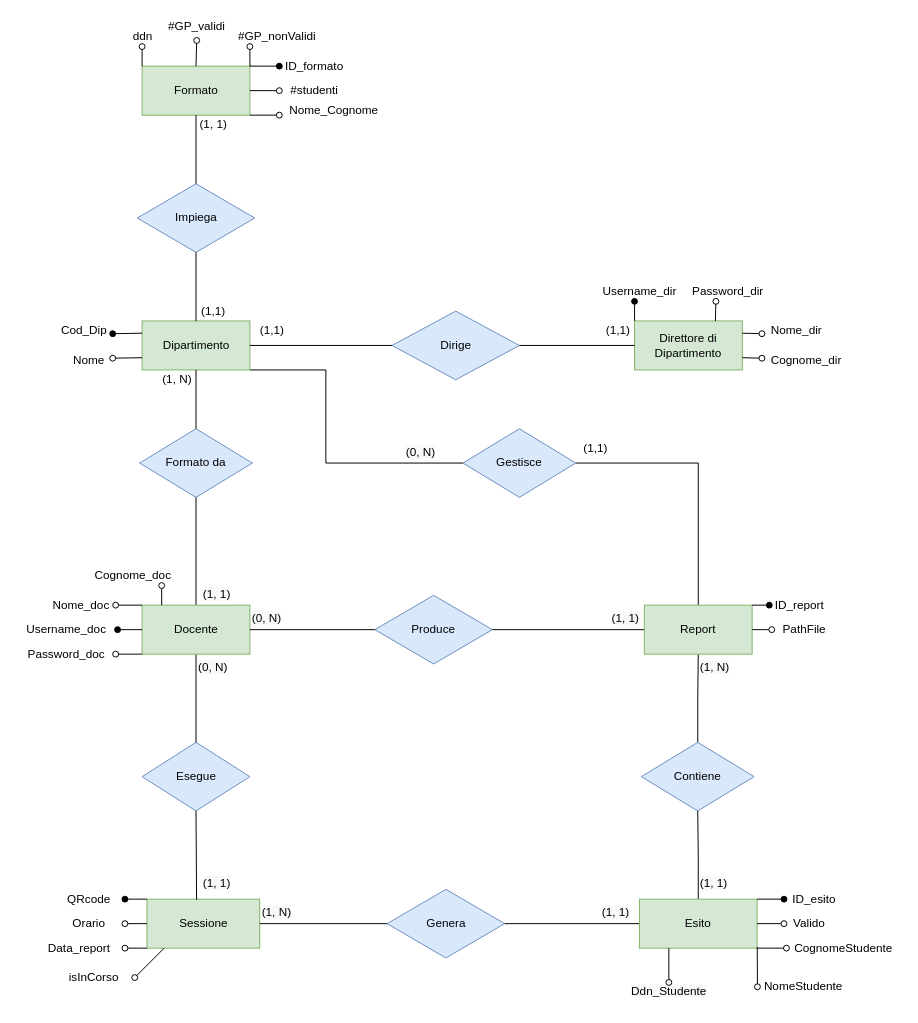
The draw.io diagram Database/Modello concettuale/database.drawio in Alberto-00/EasyPass, before the edit. Source tidied: cells renumbered, new cells numbered last; positions are measured from the earlier drawing's top-left corner, leaving out a move shared by most shapes. Both pictures are drawn from the tidied source at 98%, with x=0, y=0 at pixel (17, 17).
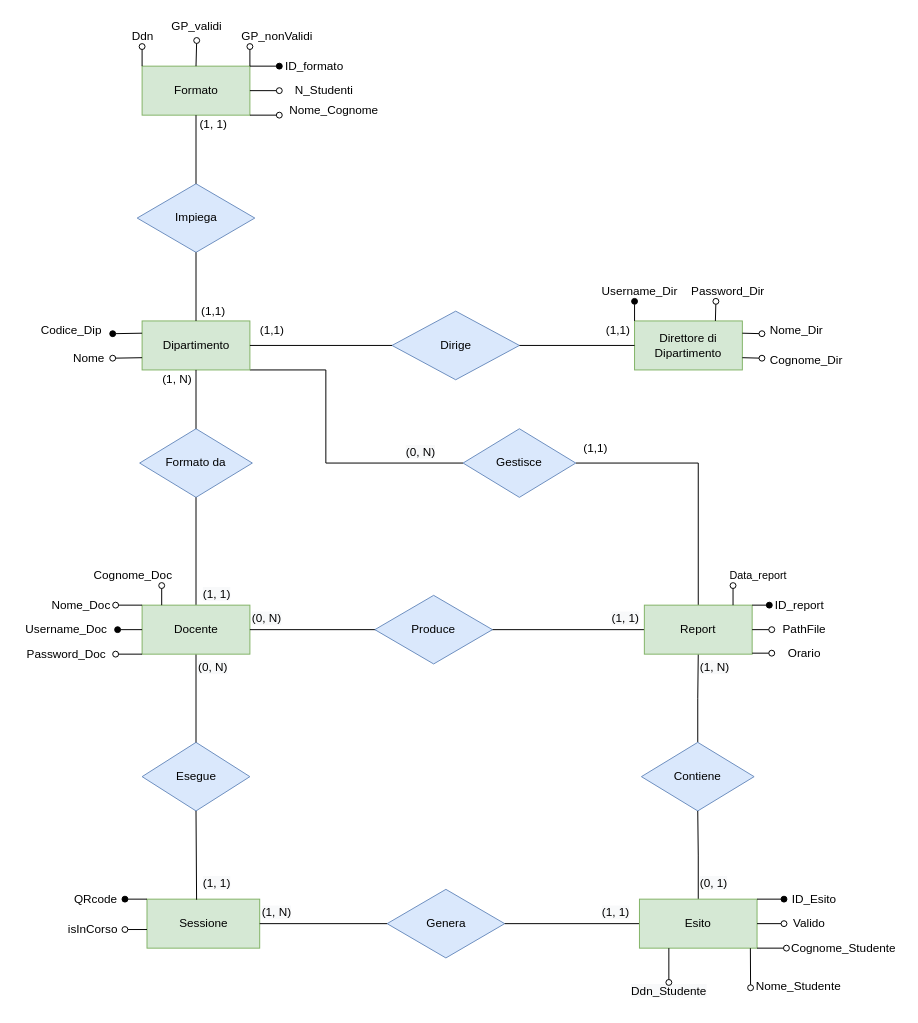
The same diagram, later.

The change refers to these unchanged cells:
```xml
<mxCell id="10" value="Sessione" style="rounded=0;whiteSpace=wrap;html=1;fillColor=#d5e8d4;strokeColor=#82b366;" parent="1" vertex="1">
  <mxGeometry x="132.5" y="900" width="115" height="50" as="geometry" />
</mxCell>
```

Diff of the diagram source:
```diff
@@
-    <mxCell id="36" value="&lt;span style=&quot;color: rgb(0 , 0 , 0) ; font-family: &amp;#34;helvetica&amp;#34; ; font-size: 12px ; font-style: normal ; font-weight: 400 ; letter-spacing: normal ; text-align: center ; text-indent: 0px ; text-transform: none ; word-spacing: 0px ; background-color: rgb(248 , 249 , 250) ; display: inline ; float: none&quot;&gt;(1, 1)&lt;/span&gt;" style="text;whiteSpace=wrap;html=1;" parent="1" vertex="1">
+    <mxCell id="36" value="&lt;span style=&quot;color: rgb(0 , 0 , 0) ; font-family: &amp;#34;helvetica&amp;#34; ; font-size: 12px ; font-style: normal ; font-weight: 400 ; letter-spacing: normal ; text-align: center ; text-indent: 0px ; text-transform: none ; word-spacing: 0px ; background-color: rgb(248 , 249 , 250) ; display: inline ; float: none&quot;&gt;(0, 1)&lt;/span&gt;" style="text;whiteSpace=wrap;html=1;" parent="1" vertex="1">
       <mxGeometry x="695" y="870" width="35" height="30" as="geometry" />
     </mxCell>
@@
-    <mxCell id="40" value="#studenti" style="text;html=1;align=center;verticalAlign=middle;strokeColor=none;fillColor=none;" parent="1" vertex="1">
-      <mxGeometry x="272.5" y="65" width="60" height="20" as="geometry" />
+    <mxCell id="40" value="N_Studenti" style="text;html=1;align=center;verticalAlign=middle;strokeColor=none;fillColor=none;" parent="1" vertex="1">
+      <mxGeometry x="277.5" y="65" width="70" height="20" as="geometry" />
     </mxCell>
@@
-    <mxCell id="44" value="ddn" style="text;html=1;align=center;verticalAlign=middle;strokeColor=none;fillColor=none;" parent="1" vertex="1">
+    <mxCell id="44" value="Ddn" style="text;html=1;align=center;verticalAlign=middle;strokeColor=none;fillColor=none;" parent="1" vertex="1">
       <mxGeometry x="107.5" y="10" width="40" height="20" as="geometry" />
     </mxCell>
@@
-    <mxCell id="47" value="#GP_validi" style="text;html=1;align=center;verticalAlign=middle;points=[];strokeColor=none;fillColor=none;" parent="1" vertex="1">
+    <mxCell id="47" value="GP_validi" style="text;html=1;align=center;verticalAlign=middle;points=[];strokeColor=none;fillColor=none;" parent="1" vertex="1">
       <mxGeometry x="147.5" width="70" height="20" as="geometry" />
     </mxCell>
-    <mxCell id="48" value="#GP_nonValidi" style="text;html=1;align=center;verticalAlign=middle;strokeColor=none;fillColor=none;" parent="1" vertex="1">
+    <mxCell id="48" value="GP_nonValidi" style="text;html=1;align=center;verticalAlign=middle;strokeColor=none;fillColor=none;" parent="1" vertex="1">
       <mxGeometry x="220" y="10" width="90" height="20" as="geometry" />
     </mxCell>
@@
-    <mxCell id="50" value="&lt;font color=&quot;#000000&quot;&gt;Cod_Dip&lt;/font&gt;" style="text;html=1;align=center;verticalAlign=middle;strokeColor=none;fillColor=none;fontColor=#FF3333;" parent="1" vertex="1">
-      <mxGeometry x="37.5" y="310" width="60" height="20" as="geometry" />
+    <mxCell id="50" value="&lt;font color=&quot;#000000&quot;&gt;Codice_Dip&lt;/font&gt;" style="text;html=1;align=center;verticalAlign=middle;strokeColor=none;fillColor=none;fontColor=#FF3333;" parent="1" vertex="1">
+      <mxGeometry x="15" y="310" width="80" height="20" as="geometry" />
     </mxCell>
@@
     <mxCell id="52" value="Nome" style="text;html=1;align=center;verticalAlign=middle;strokeColor=none;fillColor=none;fontColor=#000000;" parent="1" vertex="1">
-      <mxGeometry x="47.5" y="340" width="50" height="20" as="geometry" />
+      <mxGeometry x="47.5" y="338" width="50" height="20" as="geometry" />
     </mxCell>
@@
-    <mxCell id="54" value="Username_dir" style="text;html=1;align=center;verticalAlign=middle;strokeColor=none;fillColor=none;fontColor=#000000;" parent="1" vertex="1">
+    <mxCell id="54" value="Username_Dir" style="text;html=1;align=center;verticalAlign=middle;strokeColor=none;fillColor=none;fontColor=#000000;" parent="1" vertex="1">
       <mxGeometry x="590" y="270" width="90" height="20" as="geometry" />
     </mxCell>
@@
-    <mxCell id="56" value="Password_dir" style="text;html=1;align=center;verticalAlign=middle;strokeColor=none;fillColor=none;fontColor=#000000;" parent="1" vertex="1">
+    <mxCell id="56" value="Password_Dir" style="text;html=1;align=center;verticalAlign=middle;strokeColor=none;fillColor=none;fontColor=#000000;" parent="1" vertex="1">
       <mxGeometry x="680" y="270" width="90" height="20" as="geometry" />
     </mxCell>
@@
-    <mxCell id="58" value="Nome_dir" style="text;html=1;align=center;verticalAlign=middle;strokeColor=none;fillColor=none;fontColor=#000000;" parent="1" vertex="1">
+    <mxCell id="58" value="Nome_Dir" style="text;html=1;align=center;verticalAlign=middle;strokeColor=none;fillColor=none;fontColor=#000000;" parent="1" vertex="1">
       <mxGeometry x="760" y="310" width="70" height="20" as="geometry" />
     </mxCell>
@@
-    <mxCell id="60" value="Cognome_dir" style="text;html=1;align=center;verticalAlign=middle;strokeColor=none;fillColor=none;fontColor=#000000;" parent="1" vertex="1">
+    <mxCell id="60" value="Cognome_Dir" style="text;html=1;align=center;verticalAlign=middle;strokeColor=none;fillColor=none;fontColor=#000000;" parent="1" vertex="1">
       <mxGeometry x="760" y="340" width="90" height="20" as="geometry" />
     </mxCell>
@@
-    <mxCell id="63" value="Username_doc" style="text;html=1;align=center;verticalAlign=middle;strokeColor=none;fillColor=none;fontColor=#000000;" parent="1" vertex="1">
+    <mxCell id="63" value="Username_Doc" style="text;html=1;align=center;verticalAlign=middle;strokeColor=none;fillColor=none;fontColor=#000000;" parent="1" vertex="1">
       <mxGeometry y="615" width="100" height="20" as="geometry" />
     </mxCell>
@@
-    <mxCell id="65" value="Cognome_doc" style="text;html=1;align=center;verticalAlign=middle;strokeColor=none;fillColor=none;fontColor=#000000;" parent="1" vertex="1">
-      <mxGeometry x="72.5" y="560" width="90" height="20" as="geometry" />
+    <mxCell id="65" value="Cognome_Doc" style="text;html=1;align=center;verticalAlign=middle;strokeColor=none;fillColor=none;fontColor=#000000;" parent="1" vertex="1">
+      <mxGeometry x="67.5" y="560" width="100" height="20" as="geometry" />
     </mxCell>
@@
-    <mxCell id="67" value="Password_doc" style="text;html=1;align=center;verticalAlign=middle;strokeColor=none;fillColor=none;fontColor=#000000;" parent="1" vertex="1">
-      <mxGeometry x="5" y="640" width="90" height="20" as="geometry" />
+    <mxCell id="67" value="Password_Doc" style="text;html=1;align=center;verticalAlign=middle;strokeColor=none;fillColor=none;fontColor=#000000;" parent="1" vertex="1">
+      <mxGeometry y="640" width="100" height="20" as="geometry" />
     </mxCell>
@@
-    <mxCell id="69" value="Nome_doc" style="text;html=1;align=center;verticalAlign=middle;strokeColor=none;fillColor=none;fontColor=#000000;" parent="1" vertex="1">
-      <mxGeometry x="30" y="590" width="70" height="20" as="geometry" />
+    <mxCell id="69" value="Nome_Doc" style="text;html=1;align=center;verticalAlign=middle;strokeColor=none;fillColor=none;fontColor=#000000;" parent="1" vertex="1">
+      <mxGeometry x="25" y="590" width="80" height="20" as="geometry" />
     </mxCell>
@@
     <mxCell id="71" value="QRcode" style="text;html=1;align=center;verticalAlign=middle;strokeColor=none;fillColor=none;fontColor=#000000;" parent="1" vertex="1">
-      <mxGeometry x="42.5" y="890" width="60" height="20" as="geometry" />
+      <mxGeometry x="49.5" y="890" width="60" height="20" as="geometry" />
     </mxCell>
-    <mxCell id="72" style="endArrow=none;html=1;rounded=0;entryX=0;entryY=0.5;entryDx=0;entryDy=0;startArrow=oval;startFill=0;" parent="1" edge="1" target="10">
-      <mxGeometry relative="1" as="geometry">
-        <mxPoint x="110" y="925" as="sourcePoint" />
-      </mxGeometry>
-    </mxCell>
-    <mxCell id="73" value="Orario" style="text;html=1;align=center;verticalAlign=middle;strokeColor=none;fillColor=none;fontColor=#000000;" parent="1" vertex="1">
-      <mxGeometry x="47.5" y="915" width="50" height="20" as="geometry" />
-    </mxCell>
-    <mxCell id="74" style="endArrow=none;html=1;rounded=0;entryX=0;entryY=1;entryDx=0;entryDy=0;startArrow=oval;startFill=0;" parent="1" edge="1" target="10">
+    <mxCell id="74" style="endArrow=none;html=1;rounded=0;entryX=0;entryY=1;entryDx=0;entryDy=0;startArrow=oval;startFill=0;" parent="1" edge="1">
       <mxGeometry relative="1" as="geometry">
-        <mxPoint x="110" y="950" as="sourcePoint" />
+        <mxPoint x="110" y="931" as="sourcePoint" />
+        <mxPoint x="132.5" y="931" as="targetPoint" />
       </mxGeometry>
     </mxCell>
-    <mxCell id="75" value="Data_report" style="text;html=1;align=center;verticalAlign=middle;strokeColor=none;fillColor=none;fontColor=#000000;" parent="1" vertex="1">
-      <mxGeometry x="22.5" y="940" width="80" height="20" as="geometry" />
+    <mxCell id="75" value="isInCorso" style="text;html=1;align=center;verticalAlign=middle;strokeColor=none;fillColor=none;fontColor=#000000;" parent="1" vertex="1">
+      <mxGeometry x="41.5" y="921" width="70" height="20" as="geometry" />
     </mxCell>
@@
-    <mxCell id="77" value="ID_esito" style="text;html=1;align=center;verticalAlign=middle;strokeColor=none;fillColor=none;fontColor=#000000;" parent="1" vertex="1">
+    <mxCell id="77" value="ID_Esito" style="text;html=1;align=center;verticalAlign=middle;strokeColor=none;fillColor=none;fontColor=#000000;" parent="1" vertex="1">
       <mxGeometry x="782.5" y="890" width="60" height="20" as="geometry" />
     </mxCell>
@@
-    <mxCell id="83" value="NomeStudente" style="text;html=1;align=center;verticalAlign=middle;strokeColor=none;fillColor=none;fontColor=#000000;" parent="1" vertex="1">
-      <mxGeometry x="751.5" y="979" width="100" height="20" as="geometry" />
+    <mxCell id="83" value="Nome_Studente" style="text;html=1;align=center;verticalAlign=middle;strokeColor=none;fillColor=none;fontColor=#000000;" parent="1" vertex="1">
+      <mxGeometry x="746.5" y="979" width="100" height="20" as="geometry" />
     </mxCell>
-    <mxCell id="84" value="CognomeStudente" style="text;html=1;align=center;verticalAlign=middle;strokeColor=none;fillColor=none;fontColor=#000000;" parent="1" vertex="1">
+    <mxCell id="84" value="Cognome_Studente" style="text;html=1;align=center;verticalAlign=middle;strokeColor=none;fillColor=none;fontColor=#000000;" parent="1" vertex="1">
       <mxGeometry x="782.5" y="940" width="120" height="20" as="geometry" />
     </mxCell>
@@
     <mxCell id="86" style="endArrow=none;html=1;rounded=0;fontFamily=Helvetica;fontSize=12;startArrow=oval;startFill=0;exitX=0.404;exitY=-0.23;exitDx=0;exitDy=0;exitPerimeter=0;" parent="1" edge="1">
       <mxGeometry relative="1" as="geometry">
-        <mxPoint x="755.4" y="989.4" as="sourcePoint" />
-        <mxPoint x="755.2" y="949" as="targetPoint" />
+        <mxPoint x="748.4" y="990.4" as="sourcePoint" />
+        <mxPoint x="748.2" y="950" as="targetPoint" />
       </mxGeometry>
     </mxCell>
@@
-    <mxCell id="89" style="endArrow=none;html=1;rounded=0;startArrow=oval;startFill=0;" parent="1" edge="1">
-      <mxGeometry relative="1" as="geometry">
-        <mxPoint x="120" y="980" as="sourcePoint" />
-        <mxPoint x="150" y="950" as="targetPoint" />
-      </mxGeometry>
-    </mxCell>
-    <mxCell id="90" value="isInCorso" style="text;html=1;align=center;verticalAlign=middle;strokeColor=none;fillColor=none;" parent="1" vertex="1">
-      <mxGeometry x="42.5" y="970" width="70" height="20" as="geometry" />
-    </mxCell>
@@
+    <mxCell id="102" style="endArrow=none;html=1;rounded=0;entryX=1;entryY=0.5;entryDx=0;entryDy=0;startArrow=oval;startFill=0;" parent="1" edge="1">
+      <mxGeometry relative="1" as="geometry">
+        <mxPoint x="770" y="649" as="sourcePoint" />
+        <mxPoint x="750" y="649" as="targetPoint" />
+      </mxGeometry>
+    </mxCell>
+    <mxCell id="73" value="Orario" style="text;html=1;align=center;verticalAlign=middle;strokeColor=none;fillColor=none;fontColor=#000000;" parent="1" vertex="1">
+      <mxGeometry x="777.5" y="639" width="50" height="20" as="geometry" />
+    </mxCell>
+    <mxCell id="103" value="Data_report" style="endArrow=none;html=1;rounded=0;startArrow=oval;startFill=0;" parent="1" edge="1">
+      <mxGeometry x="-1" y="26" relative="1" as="geometry">
+        <mxPoint x="730.5" y="580" as="sourcePoint" />
+        <mxPoint x="730.5" y="600" as="targetPoint" />
+        <mxPoint x="-1" y="-10" as="offset" />
+      </mxGeometry>
+    </mxCell>
```
